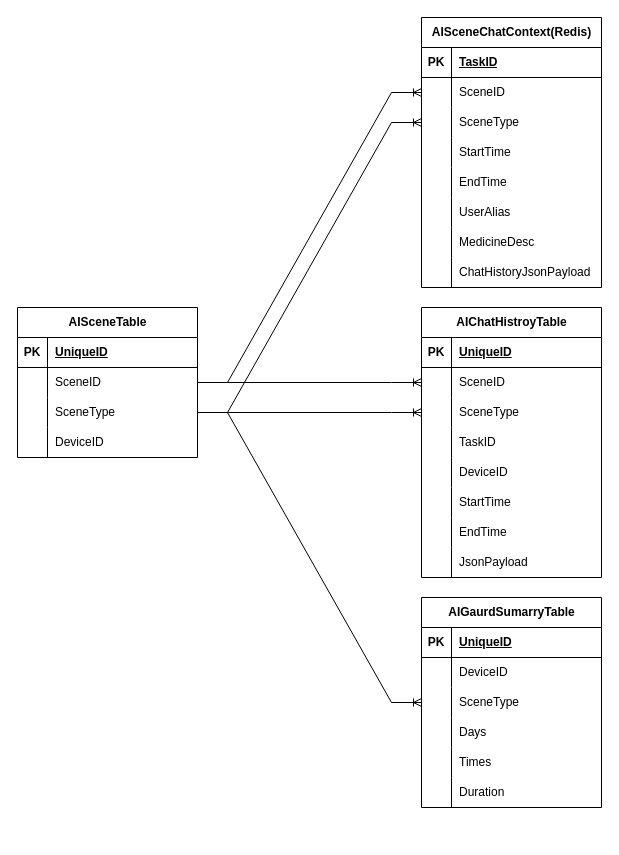
Above: 吃药场景数据库表.drawio in Chrischenny/selfblog (draw.io), before the change. Source tidied: cells renumbered, new cells numbered last; positions are measured from the earlier drawing's top-left corner, leaving out a move shared by most shapes. Both pictures are drawn from the tidied source at 100%, with x=0, y=0 at pixel (17, 17).
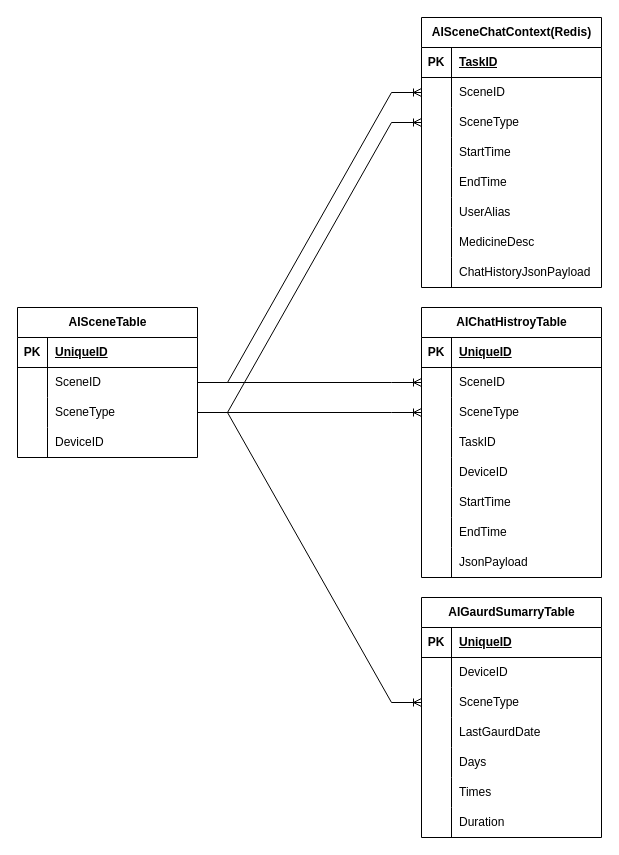
After the change.

Commit message:
更新吃药场景数据库表.drawio

What changed in the source:
```diff
@@
     <mxCell id="67" value="AIGaurdSumarryTable" style="shape=table;startSize=30;childLayout=tableLayout;rowLines=0;fontStyle=1;align=center;html=1;" parent="1" vertex="1">
-      <mxGeometry x="404" y="580" width="180" height="210" as="geometry" />
+      <mxGeometry x="404" y="580" width="180" height="240" as="geometry" />
     </mxCell>
@@
+    <mxCell id="89" style="shape=tableRow;horizontal=0;startSize=0;swimlaneHead=0;swimlaneBody=0;fillColor=none;top=0;left=0;right=0;bottom=0;" parent="67" vertex="1">
+      <mxGeometry y="120" width="180" height="30" as="geometry" />
+    </mxCell>
+    <mxCell id="90" style="shape=partialRectangle;fillColor=none;top=0;left=0;bottom=0;right=0;overflow=hidden;whiteSpace=wrap;html=1;" parent="89" vertex="1">
+      <mxGeometry width="30" height="30" as="geometry" />
+    </mxCell>
+    <mxCell id="91" value="LastGaurdDate" style="shape=partialRectangle;fillColor=none;top=0;left=0;bottom=0;right=0;align=left;spacingLeft=6;overflow=hidden;whiteSpace=wrap;html=1;" parent="89" vertex="1">
+      <mxGeometry x="30" width="150" height="30" as="geometry" />
+    </mxCell>
     <mxCell id="77" style="shape=tableRow;horizontal=0;startSize=0;swimlaneHead=0;swimlaneBody=0;fillColor=none;top=0;left=0;right=0;bottom=0;" parent="67" vertex="1">
-      <mxGeometry y="120" width="180" height="30" as="geometry" />
+      <mxGeometry y="150" width="180" height="30" as="geometry" />
     </mxCell>
@@
     <mxCell id="80" style="shape=tableRow;horizontal=0;startSize=0;swimlaneHead=0;swimlaneBody=0;fillColor=none;top=0;left=0;right=0;bottom=0;" parent="67" vertex="1">
-      <mxGeometry y="150" width="180" height="30" as="geometry" />
+      <mxGeometry y="180" width="180" height="30" as="geometry" />
     </mxCell>
@@
     <mxCell id="83" style="shape=tableRow;horizontal=0;startSize=0;swimlaneHead=0;swimlaneBody=0;fillColor=none;top=0;left=0;right=0;bottom=0;" parent="67" vertex="1">
-      <mxGeometry y="180" width="180" height="30" as="geometry" />
+      <mxGeometry y="210" width="180" height="30" as="geometry" />
     </mxCell>
```
